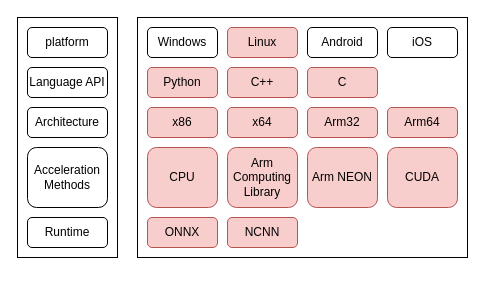
Earlier version of the draw.io diagram runtime.drawio (foreignbill/drawio). Source tidied: cells renumbered, new cells numbered last; positions are measured from the earlier drawing's top-left corner, leaving out a move shared by most shapes. Both pictures are drawn from the tidied source at 100%, with x=0, y=0 at pixel (17, 17).
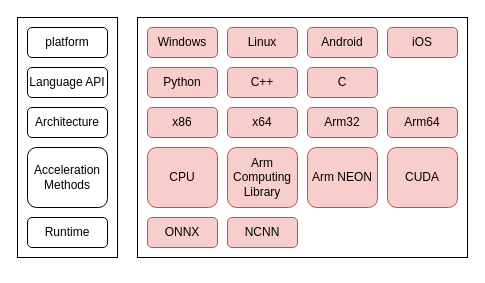
After the change.

What changed in the source:
```diff
@@
-    <mxCell id="6" value="Windows" style="rounded=1;whiteSpace=wrap;html=1;" parent="1" vertex="1">
+    <mxCell id="6" value="Windows" style="rounded=1;whiteSpace=wrap;html=1;fillColor=#f8cecc;strokeColor=#b85450;" parent="1" vertex="1">
       <mxGeometry x="130" y="10" width="70" height="30" as="geometry" />
     </mxCell>
@@
-    <mxCell id="8" value="Android" style="rounded=1;whiteSpace=wrap;html=1;" parent="1" vertex="1">
+    <mxCell id="8" value="Android" style="rounded=1;whiteSpace=wrap;html=1;fillColor=#f8cecc;strokeColor=#b85450;" parent="1" vertex="1">
       <mxGeometry x="290" y="10" width="70" height="30" as="geometry" />
     </mxCell>
@@
-    <mxCell id="20" value="iOS" style="rounded=1;whiteSpace=wrap;html=1;" parent="1" vertex="1">
+    <mxCell id="20" value="iOS" style="rounded=1;whiteSpace=wrap;html=1;fillColor=#f8cecc;strokeColor=#b85450;" parent="1" vertex="1">
       <mxGeometry x="370" y="10" width="70" height="30" as="geometry" />
     </mxCell>
```
